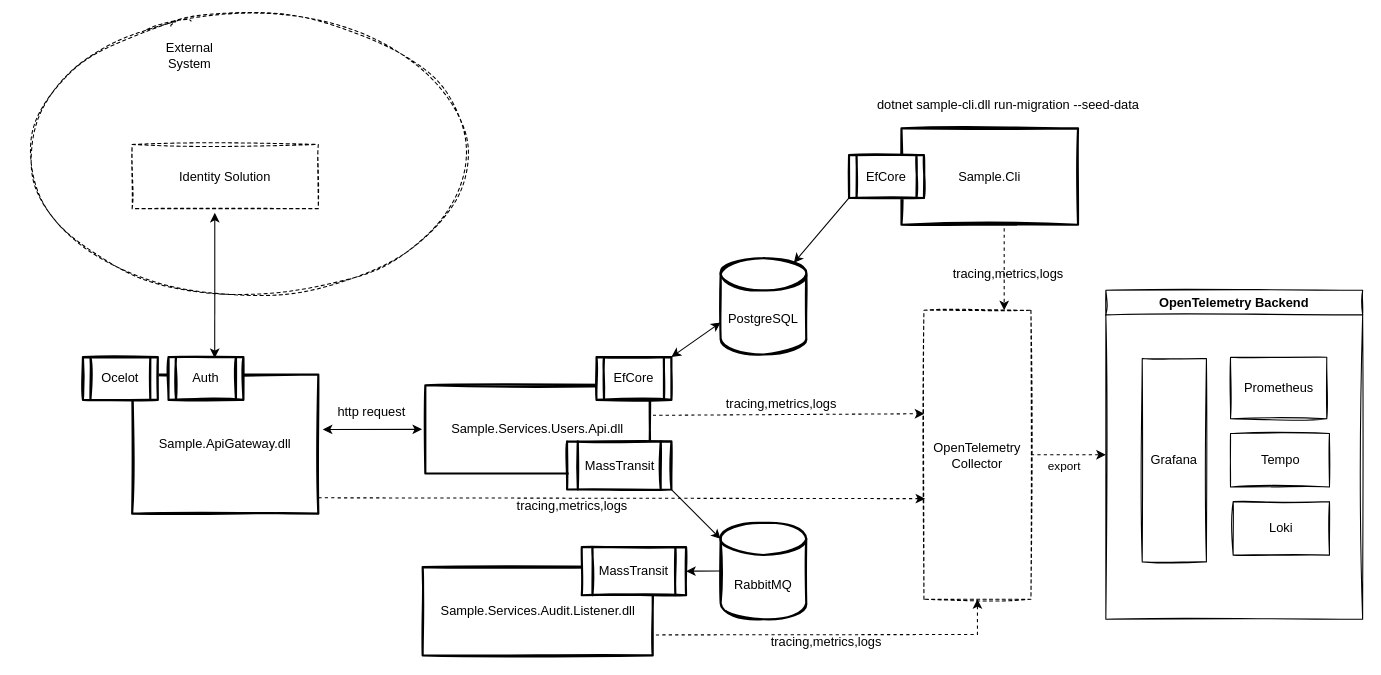
Above: page "LogicalView" (2 of 2) of docs/clean-architecture-overview.drawio in zamat/zamat-clean-architecture (draw.io), before the change. Source tidied: cells renumbered, new cells numbered last; positions are measured from the earlier drawing's top-left corner, leaving out a move shared by most shapes. Both pictures are drawn from the tidied source at 107%, with x=0, y=0 at pixel (18, 18).
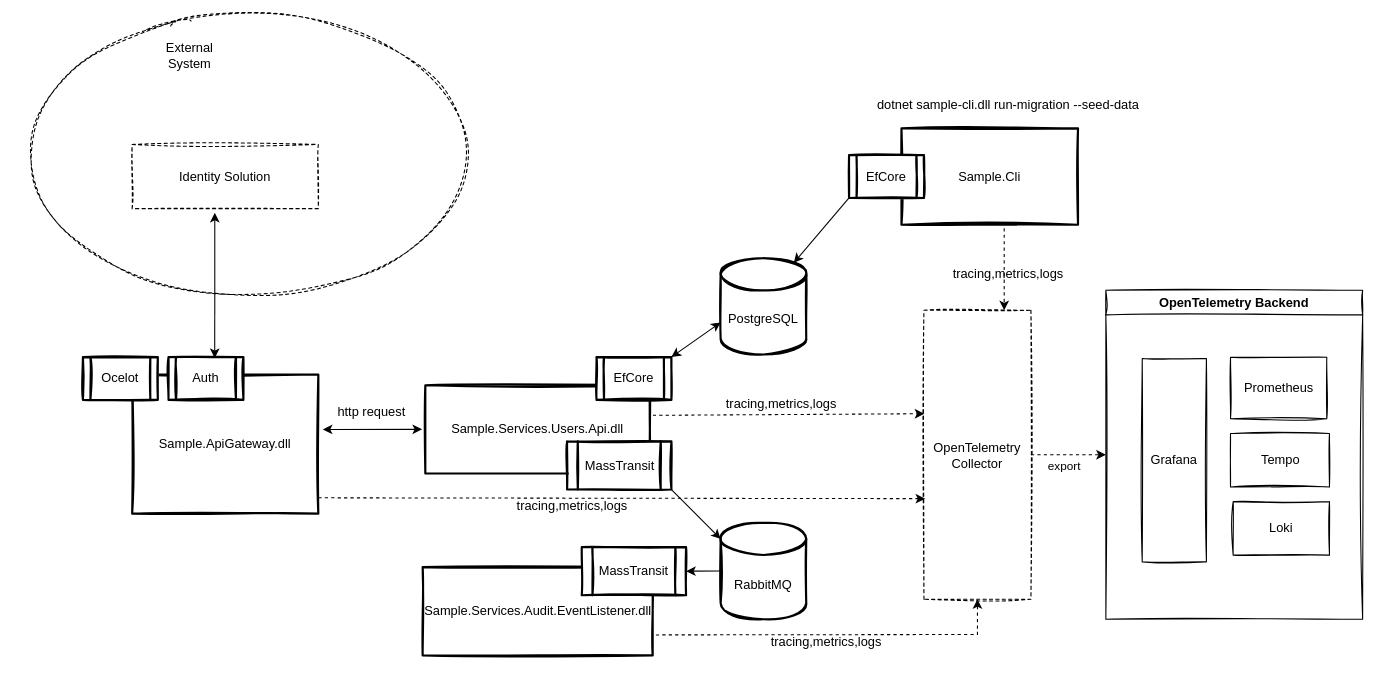
After the change.

Diff of the diagram source:
```diff
@@
-    <mxCell id="30" value="Sample.Services.Audit.Listener.dll" style="rounded=0;whiteSpace=wrap;html=1;sketch=1;strokeWidth=2;perimeterSpacing=3;" parent="1" vertex="1">
+    <mxCell id="30" value="Sample.Services.Audit.EventListener.dll" style="rounded=0;whiteSpace=wrap;html=1;sketch=1;strokeWidth=2;perimeterSpacing=3;" parent="1" vertex="1">
       <mxGeometry x="377.5" y="512.5" width="215" height="82.5" as="geometry" />
     </mxCell>
```
